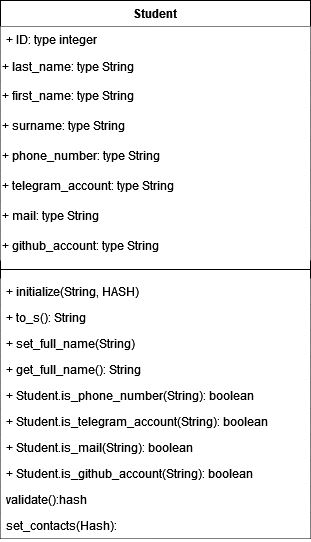
This is Ruby_Kernel_classes_and_models/class diagram.png from KIJEMORI/Design_Patterns_Ruby, a draw.io export, as it was before one commit. Source tidied: cells renumbered, new cells last; positions are measured from the earlier drawing's top-left corner, leaving out a move shared by most shapes.
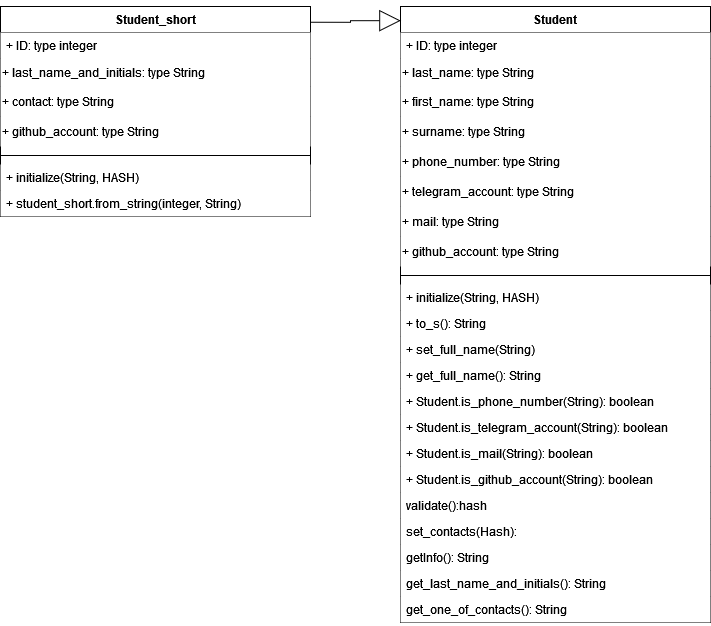
The same diagram one commit later.

Commit message:
Lab 2 | Task 2 | update diagram class

теперь включена диаграмма класса и для Student_short

What changed in the source:
```diff
@@ -3,7 +3,7 @@
     <mxCell id="0" />
     <mxCell id="1" parent="0" />
     <mxCell id="2" value="Student" style="swimlane;fontStyle=1;align=center;verticalAlign=top;horizontal=1;startSize=26;whiteSpace=wrap;html=1;fillColor=#FFFFFF;" parent="1" vertex="1">
-      <mxGeometry width="310" height="538" as="geometry" />
+      <mxGeometry width="310" height="616" as="geometry" />
     </mxCell>
     <mxCell id="3" value="&lt;div&gt;+ ID: type integer&lt;/div&gt;" style="text;strokeColor=none;fillColor=#FFFFFF;align=left;verticalAlign=top;spacingLeft=4;spacingRight=4;overflow=hidden;whiteSpace=wrap;html=1;" parent="2" vertex="1">
       <mxGeometry y="26" width="310" height="26" as="geometry" />
@@ -62,5 +62,41 @@
     <mxCell id="21" value="set_contacts(Hash):" style="text;strokeColor=none;fillColor=#FFFFFF;align=left;verticalAlign=top;spacingLeft=4;spacingRight=4;overflow=hidden;whiteSpace=wrap;html=1;" parent="2" vertex="1">
       <mxGeometry y="512" width="310" height="26" as="geometry" />
     </mxCell>
+    <mxCell id="22" value="getInfo(): String" style="text;strokeColor=none;fillColor=#FFFFFF;align=left;verticalAlign=top;spacingLeft=4;spacingRight=4;overflow=hidden;whiteSpace=wrap;html=1;" parent="2" vertex="1">
+      <mxGeometry y="538" width="310" height="26" as="geometry" />
+    </mxCell>
+    <mxCell id="23" value="get_last_name_and_initials(): String" style="text;strokeColor=none;fillColor=#FFFFFF;align=left;verticalAlign=top;spacingLeft=4;spacingRight=4;overflow=hidden;whiteSpace=wrap;html=1;" parent="2" vertex="1">
+      <mxGeometry y="564" width="310" height="26" as="geometry" />
+    </mxCell>
+    <mxCell id="24" value="get_one_of_contacts(): String" style="text;strokeColor=none;fillColor=#FFFFFF;align=left;verticalAlign=top;spacingLeft=4;spacingRight=4;overflow=hidden;whiteSpace=wrap;html=1;" parent="2" vertex="1">
+      <mxGeometry y="590" width="310" height="26" as="geometry" />
+    </mxCell>
+    <mxCell id="25" value="Student_short" style="swimlane;fontStyle=1;align=center;verticalAlign=top;horizontal=1;startSize=26;whiteSpace=wrap;html=1;fillColor=#FFFFFF;" parent="1" vertex="1">
+      <mxGeometry x="-400" width="310" height="210" as="geometry" />
+    </mxCell>
+    <mxCell id="26" value="&lt;div&gt;+ ID: type integer&lt;/div&gt;" style="text;strokeColor=none;fillColor=#FFFFFF;align=left;verticalAlign=top;spacingLeft=4;spacingRight=4;overflow=hidden;whiteSpace=wrap;html=1;" parent="25" vertex="1">
+      <mxGeometry y="26" width="310" height="26" as="geometry" />
+    </mxCell>
+    <mxCell id="27" value="&lt;div&gt;+ last_name_and_initials: type String&lt;br&gt;&lt;/div&gt;" style="text;html=1;align=left;verticalAlign=middle;whiteSpace=wrap;rounded=0;fillColor=#FFFFFF;" parent="25" vertex="1">
+      <mxGeometry y="52" width="310" height="28" as="geometry" />
+    </mxCell>
+    <mxCell id="28" value="&lt;div&gt;+ contact: type String&lt;br&gt;&lt;/div&gt;" style="text;html=1;align=left;verticalAlign=middle;whiteSpace=wrap;rounded=0;fillColor=#FFFFFF;" parent="25" vertex="1">
+      <mxGeometry y="80" width="310" height="30" as="geometry" />
+    </mxCell>
+    <mxCell id="29" value="&lt;div&gt;+ github_account: type String&lt;br&gt;&lt;/div&gt;" style="text;html=1;align=left;verticalAlign=middle;whiteSpace=wrap;rounded=0;fillColor=#FFFFFF;" parent="25" vertex="1">
+      <mxGeometry y="110" width="310" height="30" as="geometry" />
+    </mxCell>
+    <mxCell id="30" style="line;strokeWidth=1;fillColor=#FFFFFF;align=left;verticalAlign=middle;spacingTop=-1;spacingLeft=3;spacingRight=3;labelPosition=right;strokeColor=inherit;" parent="25" vertex="1">
+      <mxGeometry y="140" width="310" height="18" as="geometry" />
+    </mxCell>
+    <mxCell id="31" value="+ initialize(String, HASH)" style="text;strokeColor=none;fillColor=#FFFFFF;align=left;verticalAlign=top;spacingLeft=4;spacingRight=4;overflow=hidden;whiteSpace=wrap;html=1;" parent="25" vertex="1">
+      <mxGeometry y="158" width="310" height="26" as="geometry" />
+    </mxCell>
+    <mxCell id="32" value="+ student_short.from_string(integer, String)" style="text;strokeColor=none;fillColor=#FFFFFF;align=left;verticalAlign=top;spacingLeft=4;spacingRight=4;overflow=hidden;whiteSpace=wrap;html=1;" parent="25" vertex="1">
+      <mxGeometry y="184" width="310" height="26" as="geometry" />
+    </mxCell>
+    <mxCell id="33" style="edgeStyle=orthogonalEdgeStyle;rounded=0;jettySize=auto;html=1;exitX=0.001;exitY=0.023;exitDx=0;exitDy=0;entryX=1.001;entryY=0.075;entryDx=0;entryDy=0;endArrow=none;endFill=0;endSize=18;startArrow=block;startFill=0;targetPerimeterSpacing=20;sourcePerimeterSpacing=4;startSize=19;exitPerimeter=0;entryPerimeter=0;" parent="1" edge="1" source="2" target="25">
+      <mxGeometry relative="1" as="geometry" />
+    </mxCell>
   </root>
 </mxGraphModel>
```
